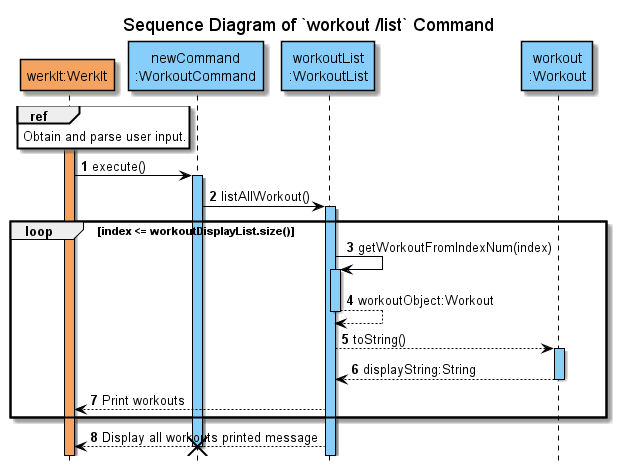
nus-cs2113-AY2122S2/tp keeps this PlantUML diagram as docs/uml/sequenceDiagrams/workouts/images/listWorkout.png. Above is the earlier version.
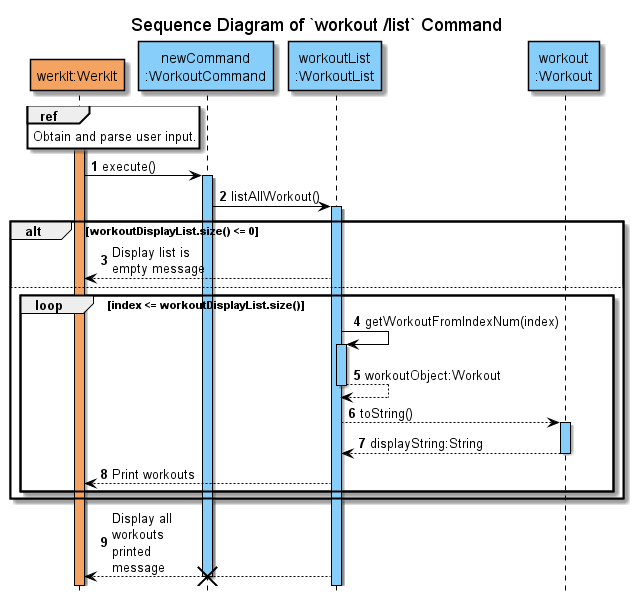
After the change.

Commit message:
Rewrote list workout feature

Change to the diagram source:
```diff
@@ -20,6 +20,9 @@
 
 newCommand -> WorkoutList : listAllWorkout()
 activate WorkoutList COLOR_LOGIC
+alt workoutDisplayList.size() <= 0
+WorkoutList --> WerkIt: Display list is \nempty message
+else
 loop index <= workoutDisplayList.size()
 WorkoutList -> WorkoutList:getWorkoutFromIndexNum(index)
 activate WorkoutList COLOR_LOGIC
@@ -29,7 +32,8 @@
 return displayString:String
 WorkoutList --> WerkIt: Print workouts
 end
-WorkoutList --> WerkIt: Display all workouts printed message
+end
+WorkoutList --> WerkIt: Display all \nworkouts \nprinted \nmessage
 
 destroy newCommand
 @enduml
```
